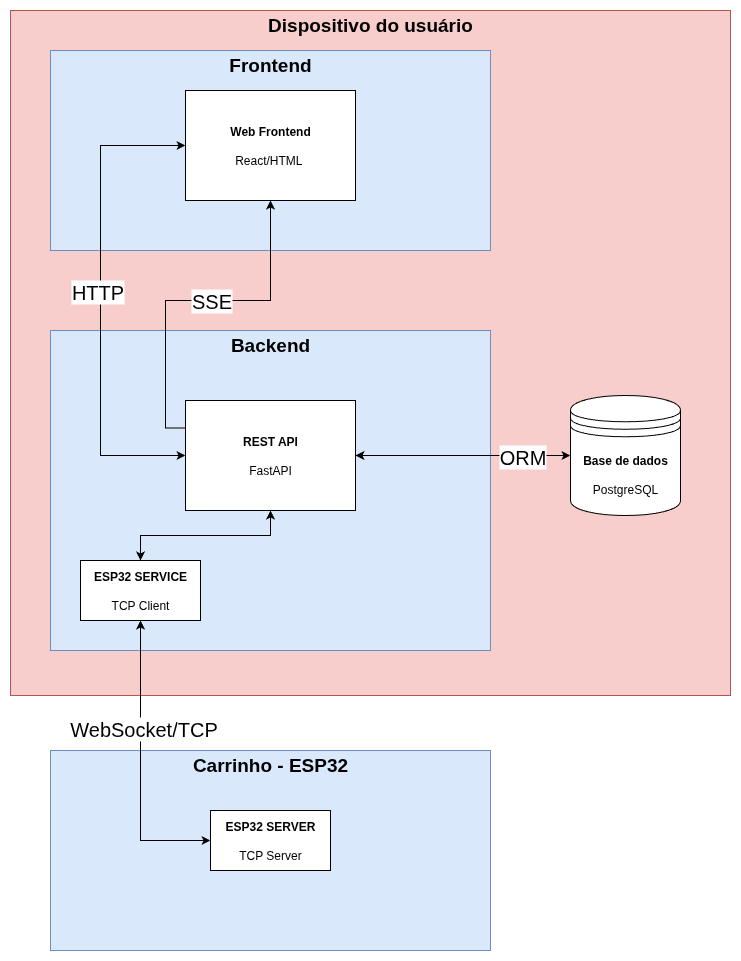
Before: assets/diagrama-arquitetura.png, a diagram exported from draw.io (PI1-2025-FCTE/2025.2-PI-Software-Docs). Source tidied: cells renumbered, new cells last; positions are measured from the earlier drawing's top-left corner, leaving out a move shared by most shapes. Source of this version:
```xml
<mxGraphModel>
  <root>
    <mxCell id="0" />
    <mxCell id="1" parent="0" />
    <mxCell id="2" style="rounded=0;whiteSpace=wrap;html=1;fillColor=#f8cecc;strokeColor=#b85450;" parent="1" vertex="1">
      <mxGeometry width="720" height="685" as="geometry" />
    </mxCell>
    <mxCell id="3" style="rounded=0;whiteSpace=wrap;html=1;fillColor=#dae8fc;strokeColor=#6c8ebf;" parent="1" vertex="1">
      <mxGeometry x="40" y="40" width="440" height="200" as="geometry" />
    </mxCell>
    <mxCell id="4" style="rounded=0;whiteSpace=wrap;html=1;fillColor=#dae8fc;strokeColor=#6c8ebf;" parent="1" vertex="1">
      <mxGeometry x="40" y="320" width="440" height="320" as="geometry" />
    </mxCell>
    <mxCell id="5" style="rounded=0;whiteSpace=wrap;html=1;fillColor=#dae8fc;strokeColor=#6c8ebf;" parent="1" vertex="1">
      <mxGeometry x="40" y="740" width="440" height="200" as="geometry" />
    </mxCell>
    <mxCell id="6" value="&lt;b&gt;&lt;font style=&quot;font-size: 19px;&quot;&gt;Frontend&lt;/font&gt;&lt;/b&gt;" style="text;html=1;align=center;verticalAlign=middle;whiteSpace=wrap;rounded=0;" parent="1" vertex="1">
      <mxGeometry x="30" y="40" width="460" height="30" as="geometry" />
    </mxCell>
    <mxCell id="7" value="&lt;b&gt;&lt;font style=&quot;font-size: 19px;&quot;&gt;Backend&lt;/font&gt;&lt;/b&gt;&lt;span style=&quot;color: rgba(0, 0, 0, 0); font-family: monospace; font-size: 0px; text-align: start; text-wrap-mode: nowrap;&quot;&gt;%3CmxGraphModel%3E%3Croot%3E%3CmxCell%20id%3D%220%22%2F%3E%3CmxCell%20id%3D%221%22%20parent%3D%220%22%2F%3E%3CmxCell%20id%3D%222%22%20value%3D%22%26lt%3Bb%26gt%3B%26lt%3Bfont%20style%3D%26quot%3Bfont-size%3A%2019px%3B%26quot%3B%26gt%3BDispositivo%20do%20usu%C3%A1rio%26lt%3B%2Ffont%26gt%3B%26lt%3B%2Fb%26gt%3B%22%20style%3D%22text%3Bhtml%3D1%3Balign%3Dcenter%3BverticalAlign%3Dmiddle%3BwhiteSpace%3Dwrap%3Brounded%3D0%3B%22%20vertex%3D%221%22%20parent%3D%221%22%3E%3CmxGeometry%20x%3D%22350%22%20y%3D%2280%22%20width%3D%22460%22%20height%3D%2230%22%20as%3D%22geometry%22%2F%3E%3C%2FmxCell%3E%3C%2Froot%3E%3C%2FmxGraphModel%3E&lt;/span&gt;" style="text;html=1;align=center;verticalAlign=middle;whiteSpace=wrap;rounded=0;" parent="1" vertex="1">
      <mxGeometry x="30" y="320" width="460" height="30" as="geometry" />
    </mxCell>
    <mxCell id="8" value="&lt;span style=&quot;font-size: 19px;&quot;&gt;&lt;b&gt;Carrinho - ESP32&lt;/b&gt;&lt;/span&gt;" style="text;html=1;align=center;verticalAlign=middle;whiteSpace=wrap;rounded=0;" parent="1" vertex="1">
      <mxGeometry x="30" y="740" width="460" height="30" as="geometry" />
    </mxCell>
    <mxCell id="9" style="edgeStyle=orthogonalEdgeStyle;rounded=0;jettySize=auto;html=1;entryX=0;entryY=0.5;entryDx=0;entryDy=0;exitX=0;exitY=0.5;exitDx=0;exitDy=0;startArrow=classic;startFill=1;" parent="1" edge="1" source="11" target="17">
      <mxGeometry relative="1" as="geometry">
        <Array as="points">
          <mxPoint x="90" y="135" />
          <mxPoint x="90" y="445" />
        </Array>
      </mxGeometry>
    </mxCell>
    <mxCell id="10" value="&lt;font style=&quot;font-size: 20px;&quot;&gt;HTTP&lt;/font&gt;" style="edgeLabel;html=1;align=center;verticalAlign=middle;" parent="9" vertex="1">
      <mxGeometry y="-4" relative="1" as="geometry">
        <mxPoint y="-10" as="offset" />
      </mxGeometry>
    </mxCell>
    <mxCell id="11" value="&lt;b&gt;Web Frontend&lt;/b&gt;&lt;div&gt;&lt;b&gt;&lt;br&gt;&lt;/b&gt;&lt;/div&gt;&lt;div&gt;React/HTML&amp;nbsp;&lt;/div&gt;" style="rounded=0;whiteSpace=wrap;html=1;" parent="1" vertex="1">
      <mxGeometry x="175" y="80" width="170" height="110" as="geometry" />
    </mxCell>
    <mxCell id="12" style="edgeStyle=orthogonalEdgeStyle;rounded=0;jettySize=auto;html=1;exitX=1;exitY=0.5;exitDx=0;exitDy=0;entryX=0;entryY=0.5;entryDx=0;entryDy=0;startArrow=classic;startFill=1;" parent="1" edge="1" source="17" target="18">
      <mxGeometry relative="1" as="geometry" />
    </mxCell>
    <mxCell id="13" value="&lt;font style=&quot;font-size: 20px;&quot;&gt;ORM&lt;/font&gt;" style="edgeLabel;html=1;align=center;verticalAlign=middle;" parent="12" vertex="1">
      <mxGeometry x="-0.03" y="-4" relative="1" as="geometry">
        <mxPoint x="62" y="-4" as="offset" />
      </mxGeometry>
    </mxCell>
    <mxCell id="14" style="edgeStyle=orthogonalEdgeStyle;rounded=0;jettySize=auto;html=1;exitX=0.5;exitY=1;exitDx=0;exitDy=0;entryX=0.5;entryY=0;entryDx=0;entryDy=0;startArrow=classic;startFill=1;" parent="1" edge="1" source="17" target="19">
      <mxGeometry relative="1" as="geometry" />
    </mxCell>
    <mxCell id="15" style="edgeStyle=orthogonalEdgeStyle;rounded=0;jettySize=auto;html=1;exitX=0;exitY=0.25;exitDx=0;exitDy=0;entryX=0.5;entryY=1;entryDx=0;entryDy=0;" parent="1" edge="1" source="17" target="11">
      <mxGeometry relative="1" as="geometry" />
    </mxCell>
    <mxCell id="16" value="&lt;font style=&quot;font-size: 20px;&quot;&gt;SSE&lt;/font&gt;" style="edgeLabel;html=1;align=center;verticalAlign=middle;points=[];" parent="15" vertex="1">
      <mxGeometry x="0.12" y="1" relative="1" as="geometry">
        <mxPoint x="-5" as="offset" />
      </mxGeometry>
    </mxCell>
    <mxCell id="17" value="&lt;b&gt;REST API&lt;/b&gt;&lt;div&gt;&lt;b&gt;&lt;br&gt;&lt;/b&gt;&lt;/div&gt;&lt;div&gt;FastAPI&lt;/div&gt;" style="rounded=0;whiteSpace=wrap;html=1;" parent="1" vertex="1">
      <mxGeometry x="175" y="390" width="170" height="110" as="geometry" />
    </mxCell>
    <mxCell id="18" value="&lt;b&gt;Base de dados&lt;/b&gt;&lt;div&gt;&lt;br&gt;&lt;/div&gt;&lt;div&gt;PostgreSQL&lt;/div&gt;" style="shape=datastore;whiteSpace=wrap;html=1;" parent="1" vertex="1">
      <mxGeometry x="560" y="385" width="110" height="120" as="geometry" />
    </mxCell>
    <mxCell id="19" value="&lt;b&gt;ESP32 SERVICE&lt;/b&gt;&lt;div&gt;&lt;b&gt;&lt;br&gt;&lt;/b&gt;&lt;/div&gt;&lt;div&gt;TCP Client&lt;/div&gt;" style="rounded=0;whiteSpace=wrap;html=1;" parent="1" vertex="1">
      <mxGeometry x="70" y="550" width="120" height="60" as="geometry" />
    </mxCell>
    <mxCell id="20" style="edgeStyle=orthogonalEdgeStyle;rounded=0;jettySize=auto;html=1;exitX=0;exitY=0.5;exitDx=0;exitDy=0;entryX=0.5;entryY=1;entryDx=0;entryDy=0;startArrow=classic;startFill=1;" parent="1" edge="1" source="22" target="19">
      <mxGeometry relative="1" as="geometry" />
    </mxCell>
    <mxCell id="21" value="&lt;span style=&quot;font-size: 20px;&quot;&gt;WebSocket/&lt;/span&gt;&lt;span style=&quot;font-size: 20px; background-color: light-dark(#ffffff, var(--ge-dark-color, #121212)); color: light-dark(rgb(0, 0, 0), rgb(255, 255, 255));&quot;&gt;TCP&lt;/span&gt;" style="edgeLabel;html=1;align=center;verticalAlign=middle;" parent="20" vertex="1">
      <mxGeometry x="0.37" y="-2" relative="1" as="geometry">
        <mxPoint y="16" as="offset" />
      </mxGeometry>
    </mxCell>
    <mxCell id="22" value="&lt;b&gt;ESP32 SERVER&lt;/b&gt;&lt;div&gt;&lt;b&gt;&lt;br&gt;&lt;/b&gt;&lt;/div&gt;&lt;div&gt;TCP Server&lt;/div&gt;" style="rounded=0;whiteSpace=wrap;html=1;" parent="1" vertex="1">
      <mxGeometry x="200" y="800" width="120" height="60" as="geometry" />
    </mxCell>
    <mxCell id="23" value="&lt;b&gt;&lt;font style=&quot;font-size: 19px;&quot;&gt;Dispositivo do usuário&lt;/font&gt;&lt;/b&gt;" style="text;html=1;align=center;verticalAlign=middle;whiteSpace=wrap;rounded=0;" parent="1" vertex="1">
      <mxGeometry x="130" width="460" height="30" as="geometry" />
    </mxCell>
  </root>
</mxGraphModel>
```
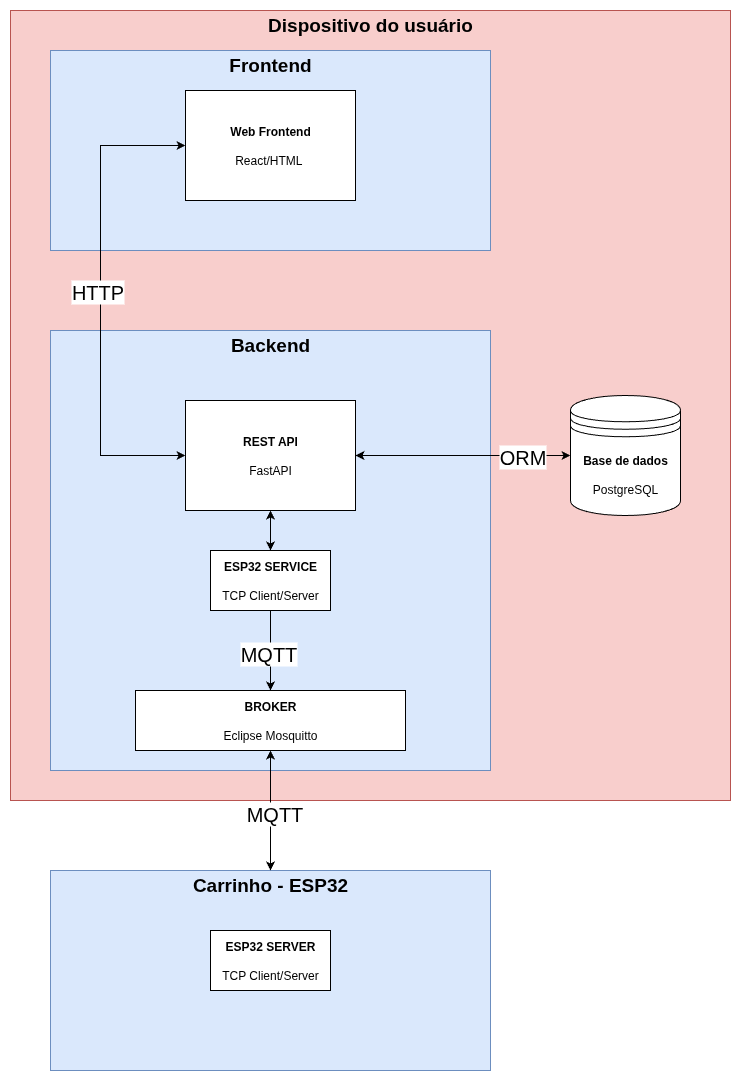
After the commit.

Commit message:
reafctor: atualiza arquitetura

The edit, as a diff of the source:
```diff
@@ -3,16 +3,16 @@
     <mxCell id="0" />
     <mxCell id="1" parent="0" />
     <mxCell id="2" style="rounded=0;whiteSpace=wrap;html=1;fillColor=#f8cecc;strokeColor=#b85450;" parent="1" vertex="1">
-      <mxGeometry width="720" height="685" as="geometry" />
+      <mxGeometry width="720" height="790" as="geometry" />
     </mxCell>
     <mxCell id="3" style="rounded=0;whiteSpace=wrap;html=1;fillColor=#dae8fc;strokeColor=#6c8ebf;" parent="1" vertex="1">
       <mxGeometry x="40" y="40" width="440" height="200" as="geometry" />
     </mxCell>
     <mxCell id="4" style="rounded=0;whiteSpace=wrap;html=1;fillColor=#dae8fc;strokeColor=#6c8ebf;" parent="1" vertex="1">
-      <mxGeometry x="40" y="320" width="440" height="320" as="geometry" />
+      <mxGeometry x="40" y="320" width="440" height="440" as="geometry" />
     </mxCell>
     <mxCell id="5" style="rounded=0;whiteSpace=wrap;html=1;fillColor=#dae8fc;strokeColor=#6c8ebf;" parent="1" vertex="1">
-      <mxGeometry x="40" y="740" width="440" height="200" as="geometry" />
+      <mxGeometry x="40" y="860" width="440" height="200" as="geometry" />
     </mxCell>
     <mxCell id="6" value="&lt;b&gt;&lt;font style=&quot;font-size: 19px;&quot;&gt;Frontend&lt;/font&gt;&lt;/b&gt;" style="text;html=1;align=center;verticalAlign=middle;whiteSpace=wrap;rounded=0;" parent="1" vertex="1">
       <mxGeometry x="30" y="40" width="460" height="30" as="geometry" />
@@ -21,9 +21,9 @@
       <mxGeometry x="30" y="320" width="460" height="30" as="geometry" />
     </mxCell>
     <mxCell id="8" value="&lt;span style=&quot;font-size: 19px;&quot;&gt;&lt;b&gt;Carrinho - ESP32&lt;/b&gt;&lt;/span&gt;" style="text;html=1;align=center;verticalAlign=middle;whiteSpace=wrap;rounded=0;" parent="1" vertex="1">
-      <mxGeometry x="30" y="740" width="460" height="30" as="geometry" />
+      <mxGeometry x="30" y="860" width="460" height="30" as="geometry" />
     </mxCell>
-    <mxCell id="9" style="edgeStyle=orthogonalEdgeStyle;rounded=0;jettySize=auto;html=1;entryX=0;entryY=0.5;entryDx=0;entryDy=0;exitX=0;exitY=0.5;exitDx=0;exitDy=0;startArrow=classic;startFill=1;" parent="1" edge="1" source="11" target="17">
+    <mxCell id="9" style="edgeStyle=orthogonalEdgeStyle;rounded=0;jettySize=auto;html=1;entryX=0;entryY=0.5;entryDx=0;entryDy=0;exitX=0;exitY=0.5;exitDx=0;exitDy=0;startArrow=classic;startFill=1;" parent="1" edge="1" source="11" target="15">
       <mxGeometry relative="1" as="geometry">
         <Array as="points">
           <mxPoint x="90" y="135" />
@@ -39,7 +39,7 @@
     <mxCell id="11" value="&lt;b&gt;Web Frontend&lt;/b&gt;&lt;div&gt;&lt;b&gt;&lt;br&gt;&lt;/b&gt;&lt;/div&gt;&lt;div&gt;React/HTML&amp;nbsp;&lt;/div&gt;" style="rounded=0;whiteSpace=wrap;html=1;" parent="1" vertex="1">
       <mxGeometry x="175" y="80" width="170" height="110" as="geometry" />
     </mxCell>
-    <mxCell id="12" style="edgeStyle=orthogonalEdgeStyle;rounded=0;jettySize=auto;html=1;exitX=1;exitY=0.5;exitDx=0;exitDy=0;entryX=0;entryY=0.5;entryDx=0;entryDy=0;startArrow=classic;startFill=1;" parent="1" edge="1" source="17" target="18">
+    <mxCell id="12" style="edgeStyle=orthogonalEdgeStyle;rounded=0;jettySize=auto;html=1;exitX=1;exitY=0.5;exitDx=0;exitDy=0;entryX=0;entryY=0.5;entryDx=0;entryDy=0;startArrow=classic;startFill=1;" parent="1" edge="1" source="15" target="16">
       <mxGeometry relative="1" as="geometry" />
     </mxCell>
     <mxCell id="13" value="&lt;font style=&quot;font-size: 20px;&quot;&gt;ORM&lt;/font&gt;" style="edgeLabel;html=1;align=center;verticalAlign=middle;" parent="12" vertex="1">
@@ -47,39 +47,38 @@
         <mxPoint x="62" y="-4" as="offset" />
       </mxGeometry>
     </mxCell>
-    <mxCell id="14" style="edgeStyle=orthogonalEdgeStyle;rounded=0;jettySize=auto;html=1;exitX=0.5;exitY=1;exitDx=0;exitDy=0;entryX=0.5;entryY=0;entryDx=0;entryDy=0;startArrow=classic;startFill=1;" parent="1" edge="1" source="17" target="19">
+    <mxCell id="14" style="edgeStyle=orthogonalEdgeStyle;rounded=0;jettySize=auto;html=1;exitX=0.5;exitY=1;exitDx=0;exitDy=0;entryX=0.5;entryY=0;entryDx=0;entryDy=0;startArrow=classic;startFill=1;" parent="1" edge="1" source="15" target="19">
       <mxGeometry relative="1" as="geometry" />
     </mxCell>
-    <mxCell id="15" style="edgeStyle=orthogonalEdgeStyle;rounded=0;jettySize=auto;html=1;exitX=0;exitY=0.25;exitDx=0;exitDy=0;entryX=0.5;entryY=1;entryDx=0;entryDy=0;" parent="1" edge="1" source="17" target="11">
-      <mxGeometry relative="1" as="geometry" />
+    <mxCell id="15" value="&lt;b&gt;REST API&lt;/b&gt;&lt;div&gt;&lt;b&gt;&lt;br&gt;&lt;/b&gt;&lt;/div&gt;&lt;div&gt;FastAPI&lt;/div&gt;" style="rounded=0;whiteSpace=wrap;html=1;" parent="1" vertex="1">
+      <mxGeometry x="175" y="390" width="170" height="110" as="geometry" />
     </mxCell>
-    <mxCell id="16" value="&lt;font style=&quot;font-size: 20px;&quot;&gt;SSE&lt;/font&gt;" style="edgeLabel;html=1;align=center;verticalAlign=middle;points=[];" parent="15" vertex="1">
-      <mxGeometry x="0.12" y="1" relative="1" as="geometry">
-        <mxPoint x="-5" as="offset" />
-      </mxGeometry>
+    <mxCell id="16" value="&lt;b&gt;Base de dados&lt;/b&gt;&lt;div&gt;&lt;br&gt;&lt;/div&gt;&lt;div&gt;PostgreSQL&lt;/div&gt;" style="shape=datastore;whiteSpace=wrap;html=1;" parent="1" vertex="1">
+      <mxGeometry x="560" y="385" width="110" height="120" as="geometry" />
     </mxCell>
-    <mxCell id="17" value="&lt;b&gt;REST API&lt;/b&gt;&lt;div&gt;&lt;b&gt;&lt;br&gt;&lt;/b&gt;&lt;/div&gt;&lt;div&gt;FastAPI&lt;/div&gt;" style="rounded=0;whiteSpace=wrap;html=1;" parent="1" vertex="1">
-      <mxGeometry x="175" y="390" width="170" height="110" as="geometry" />
+    <mxCell id="17" style="edgeStyle=orthogonalEdgeStyle;rounded=0;jettySize=auto;html=1;exitX=0.5;exitY=1;exitDx=0;exitDy=0;entryX=0.5;entryY=0;entryDx=0;entryDy=0;" parent="1" edge="1" source="19" target="24">
+      <mxGeometry relative="1" as="geometry" />
     </mxCell>
-    <mxCell id="18" value="&lt;b&gt;Base de dados&lt;/b&gt;&lt;div&gt;&lt;br&gt;&lt;/div&gt;&lt;div&gt;PostgreSQL&lt;/div&gt;" style="shape=datastore;whiteSpace=wrap;html=1;" parent="1" vertex="1">
-      <mxGeometry x="560" y="385" width="110" height="120" as="geometry" />
+    <mxCell id="18" value="&lt;font style=&quot;font-size: 20px;&quot;&gt;MQTT&lt;/font&gt;" style="edgeLabel;html=1;align=center;verticalAlign=middle;points=[];" parent="17" vertex="1">
+      <mxGeometry x="0.06" y="-3" relative="1" as="geometry" />
     </mxCell>
-    <mxCell id="19" value="&lt;b&gt;ESP32 SERVICE&lt;/b&gt;&lt;div&gt;&lt;b&gt;&lt;br&gt;&lt;/b&gt;&lt;/div&gt;&lt;div&gt;TCP Client&lt;/div&gt;" style="rounded=0;whiteSpace=wrap;html=1;" parent="1" vertex="1">
-      <mxGeometry x="70" y="550" width="120" height="60" as="geometry" />
+    <mxCell id="19" value="&lt;b&gt;ESP32 SERVICE&lt;/b&gt;&lt;div&gt;&lt;b&gt;&lt;br&gt;&lt;/b&gt;&lt;/div&gt;&lt;div&gt;TCP Client/Server&lt;/div&gt;" style="rounded=0;whiteSpace=wrap;html=1;" parent="1" vertex="1">
+      <mxGeometry x="200" y="540" width="120" height="60" as="geometry" />
     </mxCell>
-    <mxCell id="20" style="edgeStyle=orthogonalEdgeStyle;rounded=0;jettySize=auto;html=1;exitX=0;exitY=0.5;exitDx=0;exitDy=0;entryX=0.5;entryY=1;entryDx=0;entryDy=0;startArrow=classic;startFill=1;" parent="1" edge="1" source="22" target="19">
-      <mxGeometry relative="1" as="geometry" />
+    <mxCell id="20" value="&lt;b&gt;ESP32 SERVER&lt;/b&gt;&lt;div&gt;&lt;b&gt;&lt;br&gt;&lt;/b&gt;&lt;/div&gt;&lt;div&gt;TCP Client/Server&lt;/div&gt;" style="rounded=0;whiteSpace=wrap;html=1;" parent="1" vertex="1">
+      <mxGeometry x="200" y="920" width="120" height="60" as="geometry" />
     </mxCell>
-    <mxCell id="21" value="&lt;span style=&quot;font-size: 20px;&quot;&gt;WebSocket/&lt;/span&gt;&lt;span style=&quot;font-size: 20px; background-color: light-dark(#ffffff, var(--ge-dark-color, #121212)); color: light-dark(rgb(0, 0, 0), rgb(255, 255, 255));&quot;&gt;TCP&lt;/span&gt;" style="edgeLabel;html=1;align=center;verticalAlign=middle;" parent="20" vertex="1">
-      <mxGeometry x="0.37" y="-2" relative="1" as="geometry">
-        <mxPoint y="16" as="offset" />
-      </mxGeometry>
+    <mxCell id="21" value="&lt;b&gt;&lt;font style=&quot;font-size: 19px;&quot;&gt;Dispositivo do usuário&lt;/font&gt;&lt;/b&gt;" style="text;html=1;align=center;verticalAlign=middle;whiteSpace=wrap;rounded=0;" parent="1" vertex="1">
+      <mxGeometry x="130" width="460" height="30" as="geometry" />
     </mxCell>
-    <mxCell id="22" value="&lt;b&gt;ESP32 SERVER&lt;/b&gt;&lt;div&gt;&lt;b&gt;&lt;br&gt;&lt;/b&gt;&lt;/div&gt;&lt;div&gt;TCP Server&lt;/div&gt;" style="rounded=0;whiteSpace=wrap;html=1;" parent="1" vertex="1">
-      <mxGeometry x="200" y="800" width="120" height="60" as="geometry" />
+    <mxCell id="22" style="edgeStyle=orthogonalEdgeStyle;rounded=0;jettySize=auto;html=1;exitX=0.5;exitY=1;exitDx=0;exitDy=0;entryX=0.5;entryY=0;entryDx=0;entryDy=0;startArrow=classic;startFill=1;" parent="1" edge="1" source="24" target="8">
+      <mxGeometry relative="1" as="geometry" />
     </mxCell>
-    <mxCell id="23" value="&lt;b&gt;&lt;font style=&quot;font-size: 19px;&quot;&gt;Dispositivo do usuário&lt;/font&gt;&lt;/b&gt;" style="text;html=1;align=center;verticalAlign=middle;whiteSpace=wrap;rounded=0;" parent="1" vertex="1">
-      <mxGeometry x="130" width="460" height="30" as="geometry" />
+    <mxCell id="23" value="&lt;font style=&quot;font-size: 20px;&quot;&gt;MQTT&lt;/font&gt;" style="edgeLabel;html=1;align=center;verticalAlign=middle;" parent="22" vertex="1">
+      <mxGeometry x="0.05" y="3" relative="1" as="geometry" />
     </mxCell>
+    <mxCell id="24" value="&lt;div&gt;&lt;b&gt;&lt;font&gt;BROKER&lt;/font&gt;&lt;/b&gt;&lt;/div&gt;&lt;div&gt;&lt;b&gt;&lt;font&gt;&lt;br&gt;&lt;/font&gt;&lt;/b&gt;&lt;/div&gt;&lt;div&gt;Eclipse Mosquitto&lt;/div&gt;" style="rounded=0;whiteSpace=wrap;html=1;" parent="1" vertex="1">
+      <mxGeometry x="125" y="680" width="270" height="60" as="geometry" />
+    </mxCell>
   </root>
 </mxGraphModel>
```
